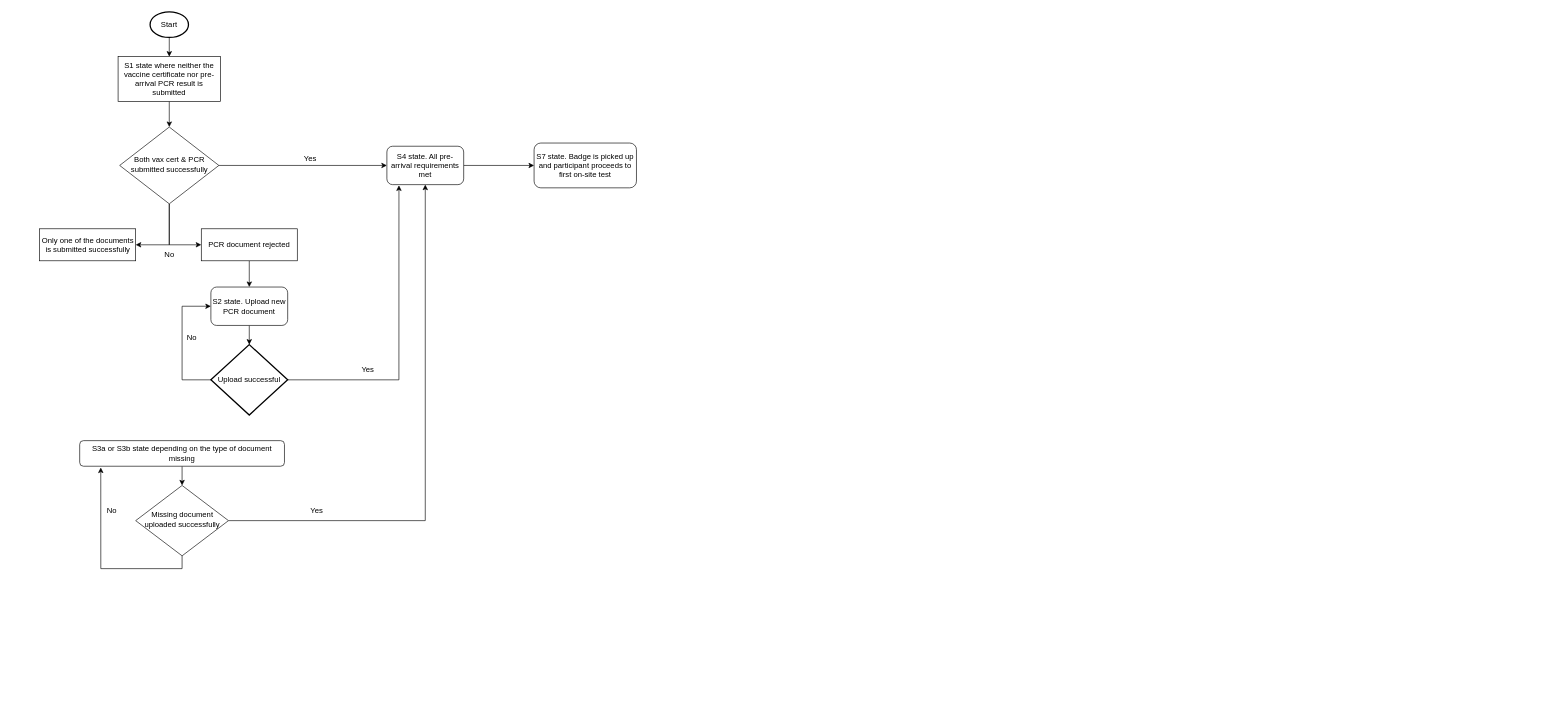
Before: Untitled Diagram.drawio in merid-berhe/draw.io, a draw.io diagram. Source tidied: cells renumbered, new cells numbered last; positions are measured from the earlier drawing's top-left corner, leaving out a move shared by most shapes. Both pictures are drawn from the tidied source at 64%, with x=0, y=0 at pixel (40, 12).
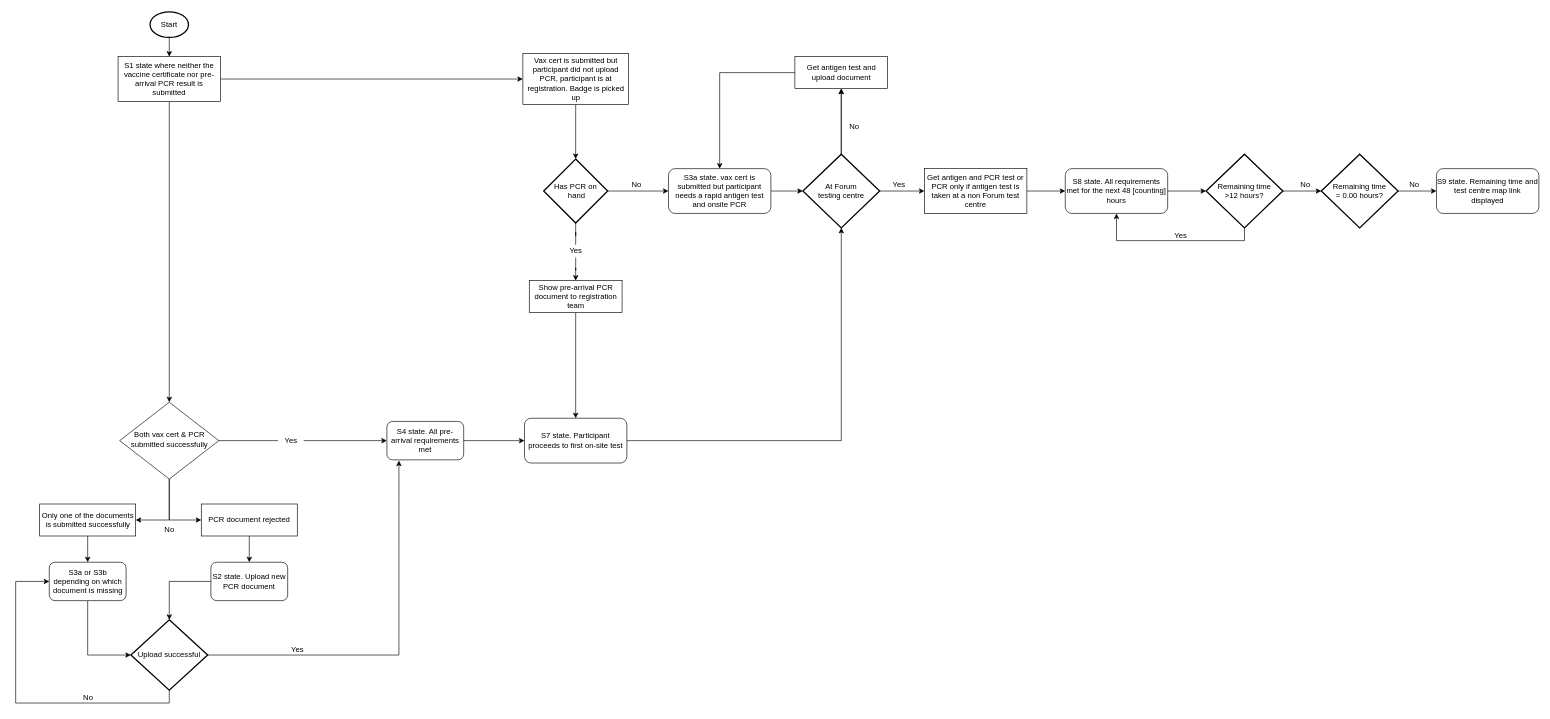
After the change.

The change refers to these unchanged cells:
```xml
<mxCell id="11" value="S1 state where neither the vaccine certificate nor pre-arrival PCR result is submitted" style="rounded=0;whiteSpace=wrap;html=1;" parent="1" vertex="1">
  <mxGeometry x="122" y="70" width="160" height="70" as="geometry" />
</mxCell>
```

Change to the diagram source:
```diff
@@
+    <mxCell id="32" style="edgeStyle=orthogonalEdgeStyle;rounded=0;jettySize=auto;html=1;exitX=0.5;exitY=1;exitDx=0;exitDy=0;entryX=0.5;entryY=0;entryDx=0;entryDy=0;" parent="1" edge="1" source="2" target="37">
+      <mxGeometry relative="1" as="geometry" />
+    </mxCell>
     <mxCell id="2" value="Only one of the documents is submitted successfully" style="rounded=0;whiteSpace=wrap;html=1;fontSize=12;glass=0;strokeWidth=1;shadow=0;" parent="1" vertex="1">
-      <mxGeometry x="-0.5" y="339" width="150" height="50" as="geometry" />
+      <mxGeometry x="-0.5" y="769" width="150" height="50" as="geometry" />
     </mxCell>
@@
-    <mxCell id="5" style="edgeStyle=orthogonalEdgeStyle;rounded=0;jettySize=auto;html=1;exitX=1;exitY=0.5;exitDx=0;exitDy=0;entryX=0;entryY=0.5;entryDx=0;entryDy=0;" parent="1" edge="1" source="6" target="13">
+    <mxCell id="5" style="edgeStyle=orthogonalEdgeStyle;rounded=0;jettySize=auto;html=1;exitX=1;exitY=0.5;exitDx=0;exitDy=0;entryX=0;entryY=0.5;entryDx=0;entryDy=0;startArrow=none;" parent="1" edge="1" source="20" target="13">
       <mxGeometry relative="1" as="geometry" />
     </mxCell>
     <mxCell id="6" value="Both vax cert &amp;amp; PCR submitted successfully" style="rhombus;whiteSpace=wrap;html=1;shadow=0;fontFamily=Helvetica;fontSize=12;align=center;strokeWidth=1;spacing=6;spacingTop=-4;" parent="1" vertex="1">
-      <mxGeometry x="124.5" y="180" width="155" height="120" as="geometry" />
+      <mxGeometry x="124.5" y="610" width="155" height="120" as="geometry" />
     </mxCell>
+    <mxCell id="33" style="edgeStyle=orthogonalEdgeStyle;rounded=0;jettySize=auto;html=1;exitX=1;exitY=0.5;exitDx=0;exitDy=0;entryX=0.5;entryY=1;entryDx=0;entryDy=0;entryPerimeter=0;" parent="1" edge="1" source="7" target="54">
+      <mxGeometry relative="1" as="geometry" />
+    </mxCell>
-    <mxCell id="7" value="S7 state. Badge is picked up and participant proceeds to first on-site test" style="rounded=1;whiteSpace=wrap;html=1;fontSize=12;glass=0;strokeWidth=1;shadow=0;" parent="1" vertex="1">
-      <mxGeometry x="772" y="205" width="160" height="70" as="geometry" />
+    <mxCell id="7" value="S7 state. Participant proceeds to first on-site test" style="rounded=1;whiteSpace=wrap;html=1;fontSize=12;glass=0;strokeWidth=1;shadow=0;" parent="1" vertex="1">
+      <mxGeometry x="757" y="635" width="160" height="70" as="geometry" />
     </mxCell>
@@
+    <mxCell id="34" style="edgeStyle=orthogonalEdgeStyle;rounded=0;jettySize=auto;html=1;exitX=1;exitY=0.5;exitDx=0;exitDy=0;entryX=0;entryY=0.5;entryDx=0;entryDy=0;" parent="1" edge="1" source="11" target="40">
+      <mxGeometry relative="1" as="geometry" />
+    </mxCell>
@@
     <mxCell id="13" value="S4 state. All pre-arrival requirements met" style="rounded=1;whiteSpace=wrap;html=1;" parent="1" vertex="1">
-      <mxGeometry x="542" y="210" width="120" height="60" as="geometry" />
+      <mxGeometry x="542" y="640" width="120" height="60" as="geometry" />
     </mxCell>
-    <mxCell id="14" style="edgeStyle=orthogonalEdgeStyle;rounded=0;jettySize=auto;html=1;exitX=0.5;exitY=1;exitDx=0;exitDy=0;entryX=0.5;entryY=0;entryDx=0;entryDy=0;" parent="1" edge="1" source="15" target="18">
-      <mxGeometry relative="1" as="geometry" />
-    </mxCell>
-    <mxCell id="15" value="S3a or S3b state depending on the type of document missing" style="rounded=1;whiteSpace=wrap;html=1;fontSize=12;glass=0;strokeWidth=1;shadow=0;" parent="1" vertex="1">
-      <mxGeometry x="62" y="670" width="320" height="40" as="geometry" />
-    </mxCell>
-    <mxCell id="16" style="edgeStyle=orthogonalEdgeStyle;rounded=0;jettySize=auto;html=1;exitX=1;exitY=0.5;exitDx=0;exitDy=0;entryX=0.5;entryY=1;entryDx=0;entryDy=0;" parent="1" edge="1" source="18" target="13">
-      <mxGeometry relative="1" as="geometry" />
-    </mxCell>
-    <mxCell id="17" style="edgeStyle=orthogonalEdgeStyle;rounded=0;jettySize=auto;html=1;exitX=0.5;exitY=1;exitDx=0;exitDy=0;entryX=0.103;entryY=1.05;entryDx=0;entryDy=0;entryPerimeter=0;" parent="1" edge="1" source="18" target="15">
-      <mxGeometry relative="1" as="geometry" />
-    </mxCell>
-    <mxCell id="18" value="Missing document uploaded successfully" style="rhombus;whiteSpace=wrap;html=1;shadow=0;fontFamily=Helvetica;fontSize=12;align=center;strokeWidth=1;spacing=6;spacingTop=-4;" parent="1" vertex="1">
-      <mxGeometry x="149.5" y="740" width="145" height="110" as="geometry" />
-    </mxCell>
-    <mxCell id="19" value="Yes" style="text;html=1;align=center;verticalAlign=middle;strokeColor=none;" parent="1" vertex="1">
-      <mxGeometry x="412" y="770" width="40" height="20" as="geometry" />
-    </mxCell>
-    <mxCell id="20" value="Yes" style="text;html=1;align=center;verticalAlign=middle;points=[];strokeColor=none;" parent="1" vertex="1">
-      <mxGeometry x="402" y="220" width="40" height="20" as="geometry" />
-    </mxCell>
@@
     <mxCell id="22" value="PCR document rejected" style="rounded=0;whiteSpace=wrap;html=1;fontSize=12;glass=0;strokeWidth=1;shadow=0;" parent="1" vertex="1">
-      <mxGeometry x="252" y="339" width="150" height="50" as="geometry" />
+      <mxGeometry x="252" y="769" width="150" height="50" as="geometry" />
     </mxCell>
-    <mxCell id="23" style="edgeStyle=orthogonalEdgeStyle;rounded=0;jettySize=auto;html=1;exitX=0.5;exitY=1;exitDx=0;exitDy=0;entryX=0.5;entryY=0;entryDx=0;entryDy=0;entryPerimeter=0;" parent="1" edge="1" source="24" target="28">
+    <mxCell id="23" style="edgeStyle=orthogonalEdgeStyle;rounded=0;jettySize=auto;html=1;exitX=0;exitY=0.5;exitDx=0;exitDy=0;" parent="1" edge="1" source="24" target="28">
       <mxGeometry relative="1" as="geometry" />
     </mxCell>
     <mxCell id="24" value="S2 state. Upload new PCR document" style="rounded=1;whiteSpace=wrap;html=1;" parent="1" vertex="1">
-      <mxGeometry x="267" y="430" width="120" height="60" as="geometry" />
+      <mxGeometry x="267" y="860" width="120" height="60" as="geometry" />
     </mxCell>
     <mxCell id="25" value="No" style="text;html=1;align=center;verticalAlign=middle;strokeColor=none;" parent="1" vertex="1">
-      <mxGeometry x="187" y="370" width="30" height="20" as="geometry" />
+      <mxGeometry x="187" y="800" width="30" height="20" as="geometry" />
     </mxCell>
@@
-    <mxCell id="27" style="edgeStyle=orthogonalEdgeStyle;rounded=0;jettySize=auto;html=1;exitX=0;exitY=0.5;exitDx=0;exitDy=0;exitPerimeter=0;entryX=0;entryY=0.5;entryDx=0;entryDy=0;" parent="1" edge="1" source="28" target="24">
-      <mxGeometry relative="1" as="geometry">
-        <Array as="points">
-          <mxPoint x="222" y="575" />
-          <mxPoint x="222" y="460" />
-        </Array>
-      </mxGeometry>
-    </mxCell>
+    <mxCell id="35" style="edgeStyle=orthogonalEdgeStyle;rounded=0;jettySize=auto;html=1;exitX=0.5;exitY=1;exitDx=0;exitDy=0;exitPerimeter=0;entryX=0;entryY=0.5;entryDx=0;entryDy=0;" parent="1" edge="1" source="28" target="37">
+      <mxGeometry relative="1" as="geometry">
+        <Array as="points">
+          <mxPoint x="202" y="1080" />
+          <mxPoint x="-38" y="1080" />
+          <mxPoint x="-38" y="890" />
+        </Array>
+      </mxGeometry>
+    </mxCell>
     <mxCell id="28" value="Upload successful" style="strokeWidth=2;html=1;shape=mxgraph.flowchart.decision;whiteSpace=wrap;" parent="1" vertex="1">
-      <mxGeometry x="267" y="520" width="120" height="110" as="geometry" />
+      <mxGeometry x="142" y="950" width="120" height="110" as="geometry" />
     </mxCell>
+    <mxCell id="36" style="edgeStyle=orthogonalEdgeStyle;rounded=0;jettySize=auto;html=1;exitX=0.5;exitY=1;exitDx=0;exitDy=0;entryX=0;entryY=0.5;entryDx=0;entryDy=0;entryPerimeter=0;" parent="1" edge="1" source="37" target="28">
+      <mxGeometry relative="1" as="geometry" />
+    </mxCell>
+    <mxCell id="37" value="S3a or S3b depending on which document is missing" style="rounded=1;whiteSpace=wrap;html=1;" parent="1" vertex="1">
+      <mxGeometry x="14.5" y="860" width="120" height="60" as="geometry" />
+    </mxCell>
+    <mxCell id="38" value="No" style="text;html=1;align=center;verticalAlign=middle;strokeColor=none;" parent="1" vertex="1">
+      <mxGeometry x="59.5" y="1061" width="30" height="20" as="geometry" />
+    </mxCell>
+    <mxCell id="39" style="edgeStyle=orthogonalEdgeStyle;rounded=0;jettySize=auto;html=1;exitX=0.5;exitY=1;exitDx=0;exitDy=0;" parent="1" edge="1" source="40" target="43">
+      <mxGeometry relative="1" as="geometry" />
+    </mxCell>
+    <mxCell id="40" value="Vax cert is submitted but participant did not upload PCR, participant is at registration. Badge is picked up" style="rounded=0;whiteSpace=wrap;html=1;" parent="1" vertex="1">
+      <mxGeometry x="754.5" y="65" width="165" height="80" as="geometry" />
+    </mxCell>
+    <mxCell id="41" style="edgeStyle=orthogonalEdgeStyle;rounded=0;jettySize=auto;html=1;exitX=0.5;exitY=1;exitDx=0;exitDy=0;exitPerimeter=0;startArrow=none;" parent="1" edge="1" source="48" target="45">
+      <mxGeometry relative="1" as="geometry" />
+    </mxCell>
+    <mxCell id="42" style="edgeStyle=orthogonalEdgeStyle;rounded=0;jettySize=auto;html=1;exitX=1;exitY=0.5;exitDx=0;exitDy=0;exitPerimeter=0;entryX=0;entryY=0.5;entryDx=0;entryDy=0;" parent="1" edge="1" source="43" target="47">
+      <mxGeometry relative="1" as="geometry" />
+    </mxCell>
+    <mxCell id="43" value="Has PCR on&lt;br&gt;&amp;nbsp;hand" style="strokeWidth=2;html=1;shape=mxgraph.flowchart.decision;whiteSpace=wrap;" parent="1" vertex="1">
+      <mxGeometry x="787" y="230" width="100" height="100" as="geometry" />
+    </mxCell>
+    <mxCell id="44" style="edgeStyle=orthogonalEdgeStyle;rounded=0;jettySize=auto;html=1;exitX=0.5;exitY=1;exitDx=0;exitDy=0;" parent="1" edge="1" source="45" target="7">
+      <mxGeometry relative="1" as="geometry" />
+    </mxCell>
+    <mxCell id="45" value="Show pre-arrival PCR document to registration team" style="rounded=0;whiteSpace=wrap;html=1;fontSize=12;glass=0;strokeWidth=1;shadow=0;" parent="1" vertex="1">
+      <mxGeometry x="764.5" y="420" width="145" height="50" as="geometry" />
+    </mxCell>
+    <mxCell id="46" style="edgeStyle=orthogonalEdgeStyle;rounded=0;jettySize=auto;html=1;exitX=1;exitY=0.5;exitDx=0;exitDy=0;entryX=0;entryY=0.5;entryDx=0;entryDy=0;entryPerimeter=0;" parent="1" edge="1" source="47" target="54">
+      <mxGeometry relative="1" as="geometry" />
+    </mxCell>
+    <mxCell id="47" value="S3a state. vax cert is submitted but participant needs a rapid antigen test and onsite PCR" style="rounded=1;whiteSpace=wrap;html=1;fontSize=12;glass=0;strokeWidth=1;shadow=0;" parent="1" vertex="1">
+      <mxGeometry x="982" y="245" width="160" height="70" as="geometry" />
+    </mxCell>
+    <mxCell id="48" value="Yes" style="text;html=1;align=center;verticalAlign=middle;points=[];strokeColor=none;" parent="1" vertex="1">
+      <mxGeometry x="817" y="364" width="40" height="20" as="geometry" />
+    </mxCell>
+    <mxCell id="49" style="edgeStyle=orthogonalEdgeStyle;rounded=0;jettySize=auto;html=1;exitX=0.5;exitY=1;exitDx=0;exitDy=0;exitPerimeter=0;endArrow=none;" parent="1" edge="1" source="43" target="48">
+      <mxGeometry relative="1" as="geometry" />
+    </mxCell>
+    <mxCell id="20" value="Yes" style="text;html=1;align=center;verticalAlign=middle;points=[];strokeColor=none;" parent="1" vertex="1">
+      <mxGeometry x="372" y="660" width="40" height="20" as="geometry" />
+    </mxCell>
+    <mxCell id="50" style="edgeStyle=orthogonalEdgeStyle;rounded=0;jettySize=auto;html=1;exitX=1;exitY=0.5;exitDx=0;exitDy=0;entryX=0;entryY=0.5;entryDx=0;entryDy=0;endArrow=none;" parent="1" edge="1" source="6" target="20">
+      <mxGeometry relative="1" as="geometry" />
+    </mxCell>
     <mxCell id="29" value="Yes" style="text;html=1;align=center;verticalAlign=middle;strokeColor=none;" parent="1" vertex="1">
-      <mxGeometry x="492" y="550" width="40" height="20" as="geometry" />
+      <mxGeometry x="382" y="987" width="40" height="20" as="geometry" />
     </mxCell>
-    <mxCell id="30" value="No" style="text;html=1;align=center;verticalAlign=middle;strokeColor=none;" parent="1" vertex="1">
-      <mxGeometry x="222" y="500" width="30" height="20" as="geometry" />
-    </mxCell>
-    <mxCell id="31" value="No" style="text;html=1;align=center;verticalAlign=middle;strokeColor=none;" parent="1" vertex="1">
-      <mxGeometry x="97" y="770" width="30" height="20" as="geometry" />
-    </mxCell>
+    <mxCell id="51" style="edgeStyle=orthogonalEdgeStyle;rounded=0;jettySize=auto;html=1;exitX=0.5;exitY=0;exitDx=0;exitDy=0;exitPerimeter=0;entryX=0.5;entryY=1;entryDx=0;entryDy=0;" parent="1" edge="1" source="54" target="56">
+      <mxGeometry relative="1" as="geometry" />
+    </mxCell>
+    <mxCell id="52" style="edgeStyle=orthogonalEdgeStyle;rounded=0;jettySize=auto;html=1;" parent="1" edge="1" source="54" target="56">
+      <mxGeometry relative="1" as="geometry" />
+    </mxCell>
+    <mxCell id="53" style="edgeStyle=orthogonalEdgeStyle;rounded=0;jettySize=auto;html=1;exitX=1;exitY=0.5;exitDx=0;exitDy=0;exitPerimeter=0;entryX=0;entryY=0.5;entryDx=0;entryDy=0;" parent="1" edge="1" source="54" target="60">
+      <mxGeometry relative="1" as="geometry" />
+    </mxCell>
+    <mxCell id="54" value="At Forum &lt;br&gt;testing centre" style="strokeWidth=2;html=1;shape=mxgraph.flowchart.decision;whiteSpace=wrap;" parent="1" vertex="1">
+      <mxGeometry x="1192" y="222.5" width="120" height="115" as="geometry" />
+    </mxCell>
+    <mxCell id="55" style="edgeStyle=orthogonalEdgeStyle;rounded=0;jettySize=auto;html=1;exitX=0;exitY=0.5;exitDx=0;exitDy=0;entryX=0.5;entryY=0;entryDx=0;entryDy=0;" parent="1" edge="1" source="56" target="47">
+      <mxGeometry relative="1" as="geometry" />
+    </mxCell>
+    <mxCell id="56" value="Get antigen test and upload document" style="rounded=0;whiteSpace=wrap;html=1;fontSize=12;glass=0;strokeWidth=1;shadow=0;" parent="1" vertex="1">
+      <mxGeometry x="1179.5" y="70" width="145" height="50" as="geometry" />
+    </mxCell>
+    <mxCell id="57" value="No" style="text;html=1;align=center;verticalAlign=middle;strokeColor=none;" parent="1" vertex="1">
+      <mxGeometry x="1257" y="170" width="30" height="20" as="geometry" />
+    </mxCell>
+    <mxCell id="58" value="No" style="text;html=1;align=center;verticalAlign=middle;strokeColor=none;" parent="1" vertex="1">
+      <mxGeometry x="917" y="260" width="30" height="20" as="geometry" />
+    </mxCell>
+    <mxCell id="59" style="edgeStyle=orthogonalEdgeStyle;rounded=0;jettySize=auto;html=1;exitX=1;exitY=0.5;exitDx=0;exitDy=0;entryX=0;entryY=0.5;entryDx=0;entryDy=0;" parent="1" edge="1" source="60" target="63">
+      <mxGeometry relative="1" as="geometry" />
+    </mxCell>
+    <mxCell id="60" value="Get antigen and PCR test or PCR only if antigen test is taken at a non Forum test centre" style="rounded=0;whiteSpace=wrap;html=1;" parent="1" vertex="1">
+      <mxGeometry x="1382" y="245" width="160" height="70" as="geometry" />
+    </mxCell>
+    <mxCell id="61" value="Yes" style="text;html=1;align=center;verticalAlign=middle;strokeColor=none;" parent="1" vertex="1">
+      <mxGeometry x="1322" y="260" width="40" height="20" as="geometry" />
+    </mxCell>
+    <mxCell id="62" style="edgeStyle=orthogonalEdgeStyle;rounded=0;jettySize=auto;html=1;exitX=1;exitY=0.5;exitDx=0;exitDy=0;entryX=0;entryY=0.5;entryDx=0;entryDy=0;entryPerimeter=0;" parent="1" edge="1" source="63" target="66">
+      <mxGeometry relative="1" as="geometry" />
+    </mxCell>
+    <mxCell id="63" value="S8 state. All requirements met for the next 48 [counting] hours" style="rounded=1;whiteSpace=wrap;html=1;fontSize=12;glass=0;strokeWidth=1;shadow=0;" parent="1" vertex="1">
+      <mxGeometry x="1602" y="245" width="160" height="70" as="geometry" />
+    </mxCell>
+    <mxCell id="64" style="edgeStyle=orthogonalEdgeStyle;rounded=0;jettySize=auto;html=1;exitX=0.5;exitY=1;exitDx=0;exitDy=0;exitPerimeter=0;entryX=0.5;entryY=1;entryDx=0;entryDy=0;" parent="1" edge="1" source="66" target="63">
+      <mxGeometry relative="1" as="geometry" />
+    </mxCell>
+    <mxCell id="65" style="edgeStyle=orthogonalEdgeStyle;rounded=0;jettySize=auto;html=1;exitX=1;exitY=0.5;exitDx=0;exitDy=0;exitPerimeter=0;" parent="1" edge="1" source="66" target="69">
+      <mxGeometry relative="1" as="geometry" />
+    </mxCell>
+    <mxCell id="66" value="Remaining time &lt;br&gt;&amp;gt;12 hours?" style="strokeWidth=2;html=1;shape=mxgraph.flowchart.decision;whiteSpace=wrap;" parent="1" vertex="1">
+      <mxGeometry x="1822" y="222.5" width="120" height="115" as="geometry" />
+    </mxCell>
+    <mxCell id="67" value="Yes" style="text;html=1;align=center;verticalAlign=middle;strokeColor=none;" parent="1" vertex="1">
+      <mxGeometry x="1762" y="340" width="40" height="20" as="geometry" />
+    </mxCell>
+    <mxCell id="68" style="edgeStyle=orthogonalEdgeStyle;rounded=0;jettySize=auto;html=1;exitX=1;exitY=0.5;exitDx=0;exitDy=0;exitPerimeter=0;entryX=0;entryY=0.5;entryDx=0;entryDy=0;" parent="1" edge="1" source="69" target="71">
+      <mxGeometry relative="1" as="geometry" />
+    </mxCell>
+    <mxCell id="69" value="Remaining time &lt;br&gt;= 0.00 hours?" style="strokeWidth=2;html=1;shape=mxgraph.flowchart.decision;whiteSpace=wrap;" parent="1" vertex="1">
+      <mxGeometry x="2002" y="222.5" width="120" height="115" as="geometry" />
+    </mxCell>
+    <mxCell id="70" value="No" style="text;html=1;align=center;verticalAlign=middle;strokeColor=none;" parent="1" vertex="1">
+      <mxGeometry x="1962" y="260" width="30" height="20" as="geometry" />
+    </mxCell>
+    <mxCell id="71" value="S9 state. Remaining time and test centre map link displayed" style="rounded=1;whiteSpace=wrap;html=1;fontSize=12;glass=0;strokeWidth=1;shadow=0;" parent="1" vertex="1">
+      <mxGeometry x="2182" y="245" width="160" height="70" as="geometry" />
+    </mxCell>
+    <mxCell id="72" value="No" style="text;html=1;align=center;verticalAlign=middle;strokeColor=none;" parent="1" vertex="1">
+      <mxGeometry x="2132" y="260" width="30" height="20" as="geometry" />
+    </mxCell>
```
